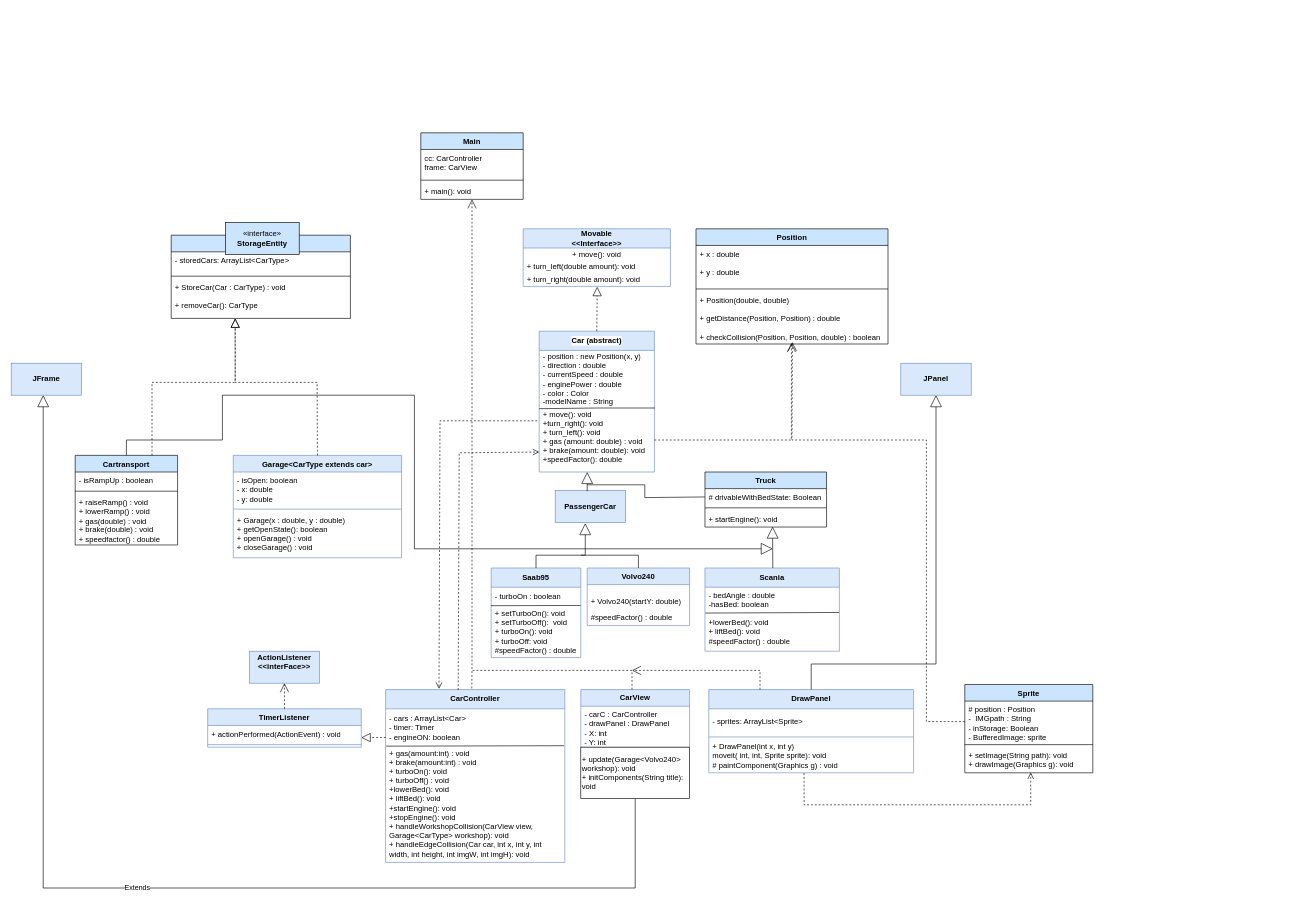
The draw.io diagram .idea/Namnlöst diagram.drawio in Jollan123/lab1, before the edit. Source tidied: cells renumbered, new cells numbered last; positions are measured from the earlier drawing's top-left corner, leaving out a move shared by most shapes. Both pictures are drawn from the tidied source at 64%, with x=0, y=0 at pixel (11, 132).
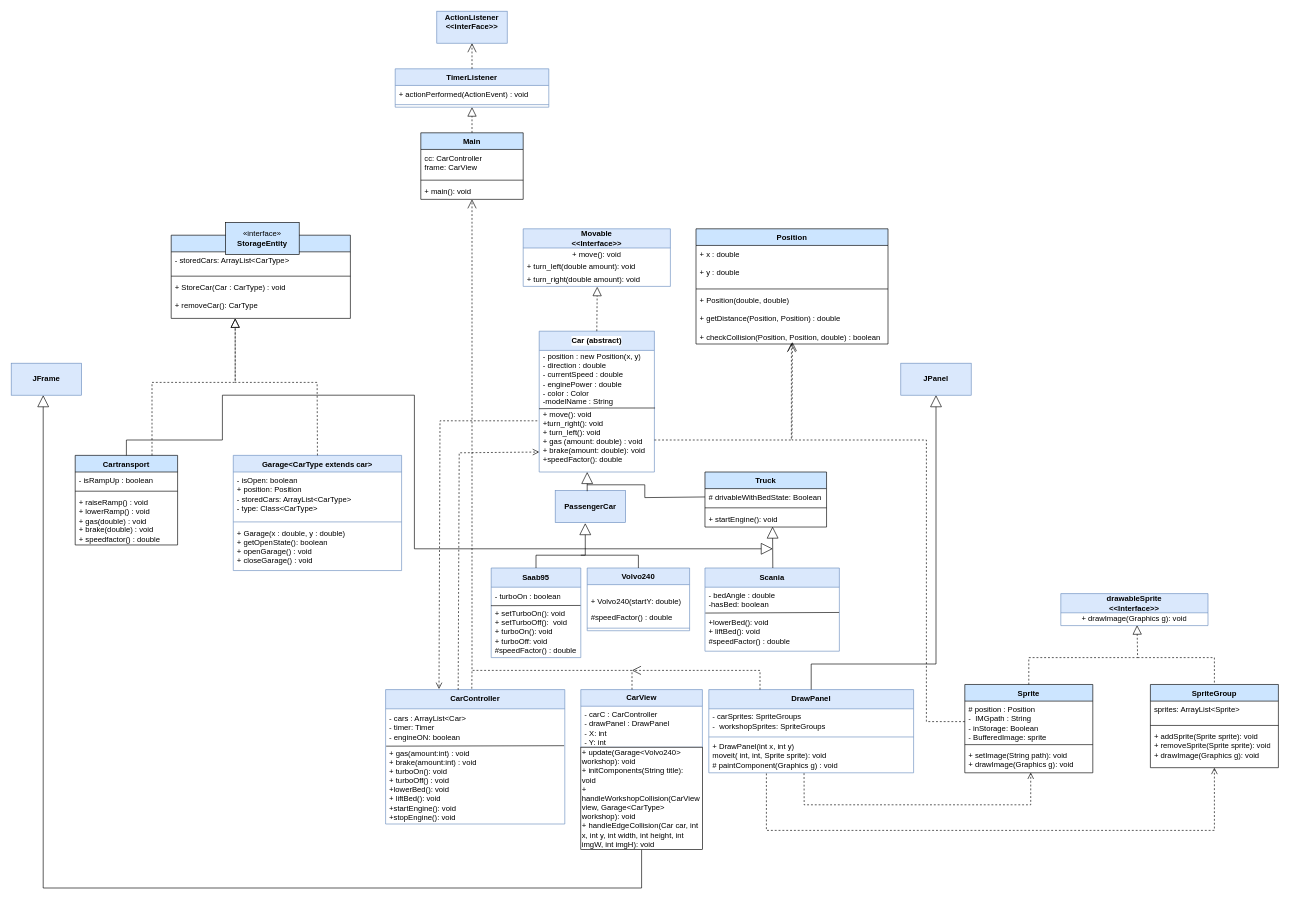
After the change.

Unchanged cells that the change refers to:
```xml
<mxCell id="19" value="- cars : ArrayList&amp;lt;Car&amp;gt;&lt;div&gt;&lt;div&gt;- timer: Timer&lt;/div&gt;&lt;/div&gt;&lt;div&gt;- engineON: boolean&lt;/div&gt;" style="text;strokeColor=none;fillColor=none;align=left;verticalAlign=middle;spacingLeft=4;spacingRight=4;overflow=hidden;points=[[0,0.5],[1,0.5]];portConstraint=eastwest;whiteSpace=wrap;html=1;" parent="18" vertex="1">
  <mxGeometry y="30" width="280" height="60" as="geometry" />
</mxCell>
<mxCell id="22" value="&lt;b&gt;DrawPanel&lt;/b&gt;" style="swimlane;fontStyle=0;horizontal=1;startSize=30;whiteSpace=wrap;html=1;fillColor=#dae8fc;strokeColor=#6c8ebf;" parent="1" vertex="1">
  <mxGeometry x="1090" y="870" width="320" height="130" as="geometry" />
</mxCell>
<mxCell id="54" value="Sprite" style="swimlane;fontStyle=1;align=center;verticalAlign=top;horizontal=1;startSize=26;whiteSpace=wrap;html=1;fillColor=#CCE5FF;" parent="1" vertex="1">
  <mxGeometry x="1490" y="862" width="200" height="138" as="geometry" />
</mxCell>
<mxCell id="78" value="Main" style="swimlane;fontStyle=1;align=center;verticalAlign=top;horizontal=1;startSize=26;whiteSpace=wrap;html=1;fillColor=#CCE5FF;" parent="1" vertex="1">
  <mxGeometry x="640" width="160" height="104" as="geometry" />
</mxCell>
```

Diff of the diagram source:
```diff
@@
     <mxCell id="18" value="&lt;b&gt;CarController&lt;/b&gt;" style="swimlane;fontStyle=0;horizontal=1;startSize=30;whiteSpace=wrap;html=1;fillColor=#dae8fc;strokeColor=#6c8ebf;" parent="1" vertex="1">
-      <mxGeometry x="585" y="870" width="280" height="270" as="geometry" />
+      <mxGeometry x="585" y="870" width="280" height="210" as="geometry" />
     </mxCell>
@@
-    <mxCell id="20" value="+ gas(amount:int) : void&lt;div&gt;+ brake(amount:int) : void&lt;/div&gt;&lt;div&gt;+ turboOn(): void&lt;/div&gt;&lt;div&gt;+ turboOff() : void&lt;/div&gt;&lt;div&gt;+lowerBed(): void&lt;br&gt;&lt;div&gt;+ liftBed(): void&lt;/div&gt;&lt;/div&gt;&lt;div&gt;+startEngine(): void&lt;/div&gt;&lt;div&gt;+stopEngine(): void&lt;/div&gt;&lt;div&gt;+ handleWorkshopCollision(CarView view, Garage&amp;lt;CarType&amp;gt; workshop): void&lt;/div&gt;&lt;div&gt;+ handleEdgeCollision(Car car, int x, int y, int width, int height, int imgW, int imgH): void&lt;/div&gt;&lt;div&gt;&lt;br&gt;&lt;/div&gt;&lt;div&gt;&lt;br&gt;&lt;/div&gt;&lt;div&gt;&lt;br&gt;&lt;/div&gt;" style="text;strokeColor=none;fillColor=none;align=left;verticalAlign=middle;spacingLeft=4;spacingRight=4;overflow=hidden;whiteSpace=wrap;html=1;" parent="18" vertex="1">
-      <mxGeometry y="90" width="280" height="180" as="geometry" />
+    <mxCell id="20" value="+ gas(amount:int) : void&lt;div&gt;+ brake(amount:int) : void&lt;/div&gt;&lt;div&gt;+ turboOn(): void&lt;/div&gt;&lt;div&gt;+ turboOff() : void&lt;/div&gt;&lt;div&gt;+lowerBed(): void&lt;br&gt;&lt;div&gt;+ liftBed(): void&lt;/div&gt;&lt;/div&gt;&lt;div&gt;+startEngine(): void&lt;/div&gt;&lt;div&gt;+stopEngine(): void&lt;/div&gt;&lt;div&gt;&lt;br&gt;&lt;/div&gt;&lt;div&gt;&lt;br&gt;&lt;/div&gt;&lt;div&gt;&lt;br&gt;&lt;/div&gt;&lt;div&gt;&lt;br&gt;&lt;/div&gt;" style="text;strokeColor=none;fillColor=none;align=left;verticalAlign=middle;spacingLeft=4;spacingRight=4;overflow=hidden;whiteSpace=wrap;html=1;" parent="18" vertex="1">
+      <mxGeometry y="90" width="280" height="120" as="geometry" />
     </mxCell>
@@
-    <mxCell id="23" value="&lt;div&gt;- sprites: ArrayList&amp;lt;Sprite&amp;gt;&amp;nbsp;&lt;/div&gt;" style="text;strokeColor=none;fillColor=none;align=left;verticalAlign=middle;spacingLeft=4;spacingRight=4;overflow=hidden;whiteSpace=wrap;html=1;" parent="22" vertex="1">
+    <mxCell id="23" value="&lt;div&gt;- carSprites: SpriteGroups&lt;/div&gt;&lt;div&gt;- &amp;nbsp;workshopSprites: SpriteGroups&lt;/div&gt;" style="text;strokeColor=none;fillColor=none;align=left;verticalAlign=middle;spacingLeft=4;spacingRight=4;overflow=hidden;whiteSpace=wrap;html=1;" parent="22" vertex="1">
       <mxGeometry y="30" width="320" height="40" as="geometry" />
     </mxCell>
@@
     <mxCell id="27" value="&lt;b&gt;CarView&lt;/b&gt;" style="swimlane;fontStyle=0;horizontal=1;startSize=26;fillColor=#dae8fc;whiteSpace=wrap;html=1;strokeColor=#6c8ebf;" parent="1" vertex="1">
-      <mxGeometry x="890" y="870" width="170" height="90" as="geometry" />
+      <mxGeometry x="890" y="870" width="190" height="90" as="geometry" />
     </mxCell>
@@
     <mxCell id="29" value="- carC : CarController&lt;div&gt;- drawPanel : DrawPanel&lt;/div&gt;&lt;div&gt;- X: int&lt;/div&gt;&lt;div&gt;- Y: int&lt;br&gt;&lt;div&gt;&lt;br&gt;&lt;/div&gt;&lt;/div&gt;" style="text;strokeColor=none;fillColor=none;align=left;verticalAlign=top;spacingLeft=4;spacingRight=4;overflow=hidden;whiteSpace=wrap;html=1;" parent="27" vertex="1">
-      <mxGeometry y="26" width="170" height="64" as="geometry" />
+      <mxGeometry y="26" width="190" height="64" as="geometry" />
     </mxCell>
     <mxCell id="30" value="Volvo240" style="swimlane;fontStyle=1;align=center;verticalAlign=top;horizontal=1;startSize=26;whiteSpace=wrap;html=1;fillColor=#dae8fc;strokeColor=#6c8ebf;" parent="1" vertex="1">
-      <mxGeometry x="900" y="680" width="160" height="90" as="geometry" />
+      <mxGeometry x="900" y="680" width="160" height="98" as="geometry" />
     </mxCell>
@@
+    <mxCell id="89" style="line;strokeWidth=1;fillColor=none;align=left;verticalAlign=middle;spacingTop=-1;spacingLeft=3;spacingRight=3;labelPosition=right;strokeColor=inherit;" parent="30" vertex="1">
+      <mxGeometry y="90" width="160" height="8" as="geometry" />
+    </mxCell>
@@
-    <mxCell id="40" value="TimerListener" style="swimlane;fontStyle=1;align=center;verticalAlign=top;horizontal=1;startSize=26;whiteSpace=wrap;html=1;fillColor=#dae8fc;strokeColor=#6c8ebf;" parent="1" vertex="1">
-      <mxGeometry x="307" y="900" width="240" height="60" as="geometry" />
-    </mxCell>
-    <mxCell id="41" value="+ actionPerformed(ActionEvent) : void" style="text;strokeColor=none;fillColor=none;align=left;verticalAlign=top;spacingLeft=4;spacingRight=4;overflow=hidden;whiteSpace=wrap;html=1;" parent="40" vertex="1">
-      <mxGeometry y="26" width="240" height="26" as="geometry" />
-    </mxCell>
-    <mxCell id="42" style="line;strokeWidth=1;fillColor=none;align=left;verticalAlign=middle;spacingTop=-1;spacingLeft=3;spacingRight=3;labelPosition=right;strokeColor=inherit;" parent="40" vertex="1">
-      <mxGeometry y="52" width="240" height="8" as="geometry" />
-    </mxCell>
-    <mxCell id="43" style="endArrow=block;dashed=1;endFill=0;endSize=12;html=1;rounded=0;exitX=0.001;exitY=0.747;exitDx=0;exitDy=0;entryX=1;entryY=0.75;entryDx=0;entryDy=0;exitPerimeter=0;" parent="1" edge="1" source="19" target="40">
-      <mxGeometry relative="1" as="geometry" />
-    </mxCell>
-    <mxCell id="44" value="&lt;b&gt;ActionListener&lt;/b&gt;&lt;div&gt;&lt;b&gt;&amp;lt;&amp;lt;interFace&amp;gt;&amp;gt;&lt;br&gt;&lt;/b&gt;&lt;br&gt;&lt;/div&gt;" style="html=1;whiteSpace=wrap;fillColor=#dae8fc;strokeColor=#6c8ebf;" parent="1" vertex="1">
-      <mxGeometry x="372" y="810" width="110" height="50" as="geometry" />
-    </mxCell>
-    <mxCell id="45" style="endArrow=open;endSize=12;dashed=1;html=1;rounded=0;exitX=0.5;exitY=0;exitDx=0;exitDy=0;entryX=0.5;entryY=1;entryDx=0;entryDy=0;" parent="1" edge="1" source="40" target="44">
-      <mxGeometry relative="1" as="geometry" />
-    </mxCell>
     <mxCell id="46" value="Garage&amp;lt;CarType extends car&amp;gt;" style="swimlane;fontStyle=1;align=center;verticalAlign=top;horizontal=1;startSize=26;whiteSpace=wrap;html=1;fillColor=#dae8fc;strokeColor=#6c8ebf;" parent="1" vertex="1">
-      <mxGeometry x="347" y="504" width="263" height="160" as="geometry" />
+      <mxGeometry x="347" y="504" width="263" height="180" as="geometry" />
     </mxCell>
-    <mxCell id="47" value="&lt;div&gt;- isOpen: boolean&lt;/div&gt;&lt;div&gt;- x: double&lt;/div&gt;&lt;div&gt;- y: double&lt;/div&gt;&lt;div&gt;&lt;br&gt;&lt;div&gt;&lt;br&gt;&lt;/div&gt;&lt;/div&gt;" style="text;strokeColor=none;fillColor=none;align=left;verticalAlign=top;spacingLeft=4;spacingRight=4;overflow=hidden;whiteSpace=wrap;html=1;" parent="46" vertex="1">
-      <mxGeometry y="26" width="263" height="54" as="geometry" />
+    <mxCell id="47" value="&lt;div&gt;- isOpen: boolean&lt;/div&gt;&lt;div&gt;+ position: Position&lt;/div&gt;&lt;div&gt;- storedCars: ArrayList&amp;lt;CarType&amp;gt;&lt;/div&gt;&lt;div&gt;- type: Class&amp;lt;CarType&amp;gt;&lt;/div&gt;&lt;div&gt;&lt;br&gt;&lt;/div&gt;&lt;div&gt;&lt;br&gt;&lt;div&gt;&lt;br&gt;&lt;/div&gt;&lt;/div&gt;" style="text;strokeColor=none;fillColor=none;align=left;verticalAlign=top;spacingLeft=4;spacingRight=4;overflow=hidden;whiteSpace=wrap;html=1;" parent="46" vertex="1">
+      <mxGeometry y="26" width="263" height="74" as="geometry" />
     </mxCell>
     <mxCell id="48" style="line;strokeWidth=1;fillColor=none;align=left;verticalAlign=middle;spacingTop=-1;spacingLeft=3;spacingRight=3;labelPosition=right;strokeColor=inherit;" parent="46" vertex="1">
-      <mxGeometry y="80" width="263" height="8" as="geometry" />
+      <mxGeometry y="100" width="263" height="8" as="geometry" />
     </mxCell>
     <mxCell id="49" value="+ Garage(x : double, y : double)&lt;div&gt;+ getOpenState(): boolean&lt;/div&gt;&lt;div&gt;+ openGarage() : void&lt;/div&gt;&lt;div&gt;+ closeGarage() : void&lt;/div&gt;" style="text;strokeColor=none;fillColor=none;align=left;verticalAlign=top;spacingLeft=4;spacingRight=4;overflow=hidden;whiteSpace=wrap;html=1;" parent="46" vertex="1">
-      <mxGeometry y="88" width="263" height="72" as="geometry" />
+      <mxGeometry y="108" width="263" height="72" as="geometry" />
     </mxCell>
@@
-    <mxCell id="72" value="Extends" style="endArrow=block;endSize=16;endFill=0;html=1;rounded=0;exitX=0.5;exitY=1;exitDx=0;exitDy=0;" parent="1" edge="1" source="88">
+    <mxCell id="72" style="endArrow=block;endSize=16;endFill=0;html=1;rounded=0;exitX=0.5;exitY=1;exitDx=0;exitDy=0;" parent="1" edge="1" source="88">
       <mxGeometry relative="1" as="geometry">
         <mxPoint x="50" y="410" as="targetPoint" />
         <Array as="points">
-          <mxPoint x="975" y="1180" />
+          <mxPoint x="985" y="1180" />
           <mxPoint x="50" y="1180" />
         </Array>
       </mxGeometry>
     </mxCell>
@@
-    <mxCell id="88" value="&lt;div&gt;&lt;br&gt;&lt;/div&gt;+ update(Garage&amp;lt;Volvo240&amp;gt; workshop): void&lt;div&gt;+ initComponents(String title):&lt;/div&gt;&lt;div&gt;void&lt;/div&gt;&lt;div&gt;&lt;br&gt;&lt;/div&gt;" style="html=1;whiteSpace=wrap;align=left;" parent="1" vertex="1">
-      <mxGeometry x="890" y="960" width="170" height="80" as="geometry" />
+    <mxCell id="88" value="&lt;div&gt;&lt;br&gt;&lt;/div&gt;+ update(Garage&amp;lt;Volvo240&amp;gt; workshop): void&lt;div&gt;+ initComponents(String title):&lt;/div&gt;&lt;div&gt;void&lt;/div&gt;&lt;div&gt;&lt;div&gt;+ handleWorkshopCollision(CarView view, Garage&amp;lt;CarType&amp;gt; workshop): void&lt;/div&gt;&lt;div&gt;+ handleEdgeCollision(Car car, int x, int y, int width, int height, int imgW, int imgH): void&lt;/div&gt;&lt;/div&gt;&lt;div&gt;&lt;br&gt;&lt;/div&gt;" style="html=1;whiteSpace=wrap;align=left;" parent="1" vertex="1">
+      <mxGeometry x="890" y="960" width="190" height="160" as="geometry" />
     </mxCell>
+    <mxCell id="40" value="TimerListener" style="swimlane;fontStyle=1;align=center;verticalAlign=top;horizontal=1;startSize=26;whiteSpace=wrap;html=1;fillColor=#dae8fc;strokeColor=#6c8ebf;" parent="1" vertex="1">
+      <mxGeometry x="600" y="-100" width="240" height="60" as="geometry" />
+    </mxCell>
+    <mxCell id="41" value="+ actionPerformed(ActionEvent) : void" style="text;strokeColor=none;fillColor=none;align=left;verticalAlign=top;spacingLeft=4;spacingRight=4;overflow=hidden;whiteSpace=wrap;html=1;" parent="40" vertex="1">
+      <mxGeometry y="26" width="240" height="26" as="geometry" />
+    </mxCell>
+    <mxCell id="42" style="line;strokeWidth=1;fillColor=none;align=left;verticalAlign=middle;spacingTop=-1;spacingLeft=3;spacingRight=3;labelPosition=right;strokeColor=inherit;" parent="40" vertex="1">
+      <mxGeometry y="52" width="240" height="8" as="geometry" />
+    </mxCell>
+    <mxCell id="44" value="&lt;b&gt;ActionListener&lt;/b&gt;&lt;div&gt;&lt;b&gt;&amp;lt;&amp;lt;interFace&amp;gt;&amp;gt;&lt;br&gt;&lt;/b&gt;&lt;br&gt;&lt;/div&gt;" style="html=1;whiteSpace=wrap;fillColor=#dae8fc;strokeColor=#6c8ebf;" parent="1" vertex="1">
+      <mxGeometry x="665" y="-190" width="110" height="50" as="geometry" />
+    </mxCell>
+    <mxCell id="45" style="endArrow=open;endSize=12;dashed=1;html=1;rounded=0;exitX=0.5;exitY=0;exitDx=0;exitDy=0;entryX=0.5;entryY=1;entryDx=0;entryDy=0;" parent="1" edge="1" source="40" target="44">
+      <mxGeometry relative="1" as="geometry" />
+    </mxCell>
+    <mxCell id="90" style="endArrow=block;dashed=1;endFill=0;endSize=12;html=1;rounded=0;exitX=0.5;exitY=0;exitDx=0;exitDy=0;entryX=0.5;entryY=1;entryDx=0;entryDy=0;" parent="1" edge="1" source="78" target="40">
+      <mxGeometry relative="1" as="geometry" />
+    </mxCell>
+    <mxCell id="91" value="&lt;b&gt;drawableSprite&lt;/b&gt;&lt;br&gt;&lt;div&gt;&lt;b&gt;&amp;lt;&amp;lt;Interface&amp;gt;&amp;gt;&lt;/b&gt;&lt;/div&gt;" style="swimlane;fontStyle=0;horizontal=1;startSize=30;whiteSpace=wrap;html=1;fillColor=#dae8fc;strokeColor=#6c8ebf;" parent="1" vertex="1">
+      <mxGeometry x="1640" y="720" width="230" height="50" as="geometry" />
+    </mxCell>
+    <mxCell id="92" value="+ drawImage(Graphics g): void" style="text;strokeColor=none;fillColor=none;align=center;verticalAlign=middle;spacingLeft=4;spacingRight=4;overflow=hidden;points=[[0,0.5],[1,0.5]];portConstraint=eastwest;whiteSpace=wrap;html=1;" parent="91" vertex="1">
+      <mxGeometry y="30" width="230" height="20" as="geometry" />
+    </mxCell>
+    <mxCell id="93" style="endArrow=block;dashed=1;endFill=0;endSize=12;html=1;rounded=0;exitX=0.5;exitY=0;exitDx=0;exitDy=0;entryX=0.518;entryY=0.972;entryDx=0;entryDy=0;entryPerimeter=0;" parent="1" edge="1" source="54" target="92">
+      <mxGeometry relative="1" as="geometry">
+        <Array as="points">
+          <mxPoint x="1590" y="820" />
+          <mxPoint x="1760" y="820" />
+        </Array>
+      </mxGeometry>
+    </mxCell>
+    <mxCell id="94" value="SpriteGroup" style="swimlane;fontStyle=1;align=center;verticalAlign=top;horizontal=1;startSize=26;whiteSpace=wrap;html=1;fillColor=#CCE5FF;" parent="1" vertex="1">
+      <mxGeometry x="1780" y="862" width="200" height="130" as="geometry" />
+    </mxCell>
+    <mxCell id="95" value="sprites: ArrayList&amp;lt;Sprite&amp;gt;" style="text;strokeColor=none;fillColor=none;align=left;verticalAlign=top;spacingLeft=4;spacingRight=4;overflow=hidden;whiteSpace=wrap;html=1;" parent="94" vertex="1">
+      <mxGeometry y="26" width="200" height="34" as="geometry" />
+    </mxCell>
+    <mxCell id="96" style="line;strokeWidth=1;fillColor=none;align=left;verticalAlign=middle;spacingTop=-1;spacingLeft=3;spacingRight=3;labelPosition=right;strokeColor=inherit;" parent="94" vertex="1">
+      <mxGeometry y="60" width="200" height="8" as="geometry" />
+    </mxCell>
+    <mxCell id="97" value="+ addSprite(Sprite sprite): void&lt;div&gt;+ removeSprite(Sprite sprite): void&lt;/div&gt;&lt;div&gt;+ drawImage(Graphics g): void&lt;/div&gt;&lt;div&gt;&lt;br&gt;&lt;/div&gt;" style="text;strokeColor=none;fillColor=none;align=left;verticalAlign=top;spacingLeft=4;spacingRight=4;overflow=hidden;whiteSpace=wrap;html=1;" parent="94" vertex="1">
+      <mxGeometry y="68" width="200" height="62" as="geometry" />
+    </mxCell>
+    <mxCell id="98" style="endArrow=none;dashed=1;html=1;rounded=0;entryX=0.5;entryY=0;entryDx=0;entryDy=0;" parent="1" edge="1" target="94">
+      <mxGeometry relative="1" as="geometry">
+        <mxPoint x="1760" y="820" as="sourcePoint" />
+        <Array as="points">
+          <mxPoint x="1880" y="820" />
+        </Array>
+      </mxGeometry>
+    </mxCell>
+    <mxCell id="99" style="html=1;verticalAlign=bottom;endArrow=open;dashed=1;endSize=8;curved=0;rounded=0;exitX=0.465;exitY=1.012;exitDx=0;exitDy=0;exitPerimeter=0;" parent="1" edge="1">
+      <mxGeometry relative="1" as="geometry">
+        <mxPoint x="1180" y="1001" as="sourcePoint" />
+        <mxPoint x="1880" y="992" as="targetPoint" />
+        <Array as="points">
+          <mxPoint x="1180" y="1090" />
+          <mxPoint x="1534" y="1090" />
+          <mxPoint x="1880" y="1090" />
+        </Array>
+      </mxGeometry>
+    </mxCell>
```
